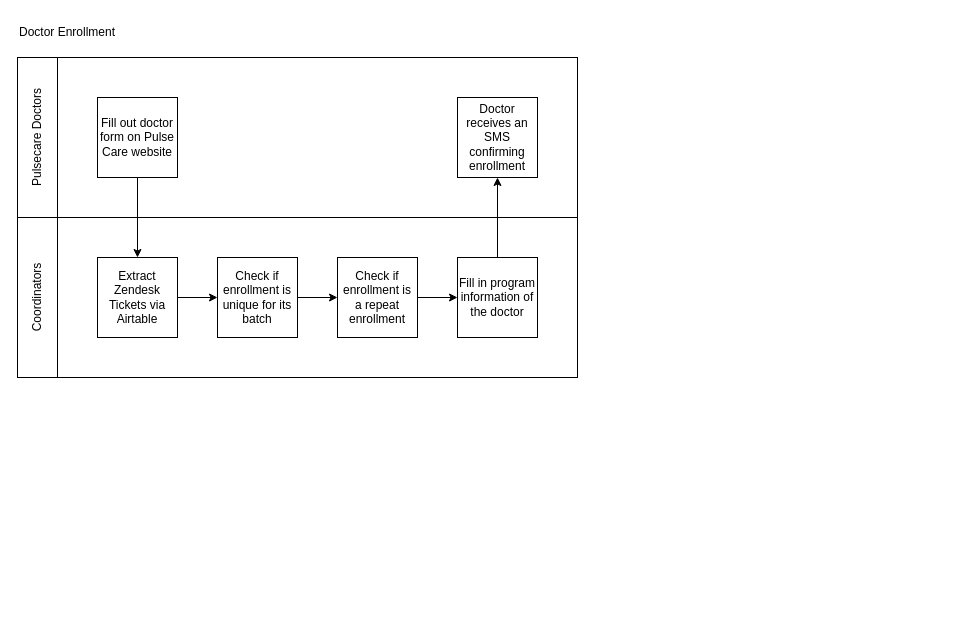
MedGrocer/diagrams keeps this draw.io diagram as page "Data Flow Diagram" (2 of 2) of Patient Programs/NS Pulse Care/Doctor Enrollment.dio. Above is the earlier version. Source tidied: cells renumbered, new cells numbered last; positions are measured from the earlier drawing's top-left corner, leaving out a move shared by most shapes. Both pictures are drawn from the tidied source at 100%, with x=0, y=0 at pixel (-43, 17).
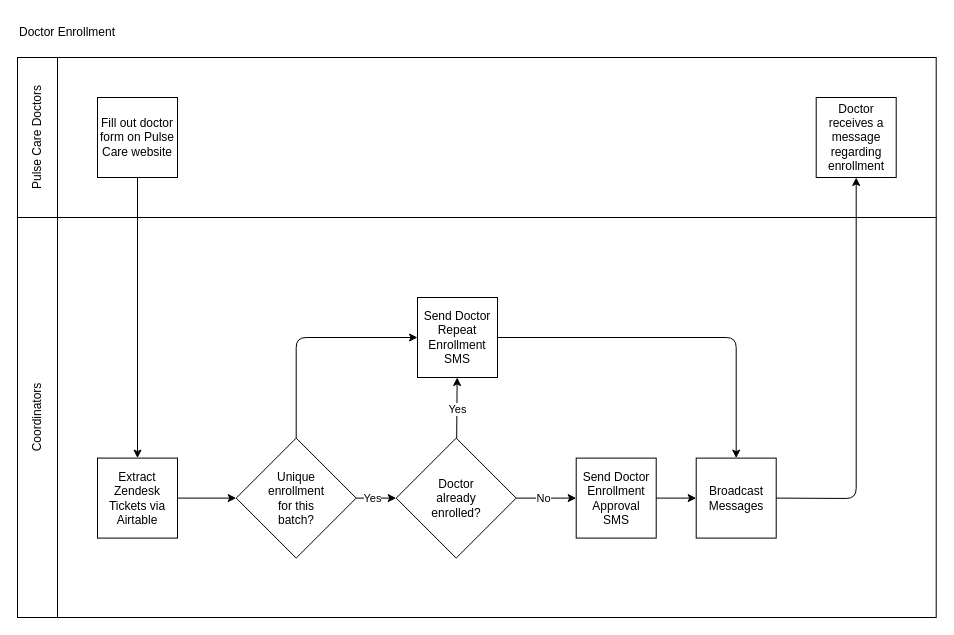
After the change.

Unchanged cells that the change refers to:
```xml
<mxCell id="8" value="Fill out doctor form on Pulse Care website" style="rounded=0;whiteSpace=wrap;html=1;fillColor=none;" parent="1" vertex="1">
  <mxGeometry x="140" y="80" width="80" height="80" as="geometry" />
</mxCell>
```

Change to the diagram source:
```diff
@@
-    <mxCell id="2" style="rounded=0;whiteSpace=wrap;html=1;fillColor=none;" parent="1" vertex="1">
-      <mxGeometry x="100" y="200" width="520" height="160" as="geometry" />
-    </mxCell>
-    <mxCell id="3" style="rounded=0;whiteSpace=wrap;html=1;fillColor=none;" parent="1" vertex="1">
-      <mxGeometry x="100" y="40" width="520" height="160" as="geometry" />
-    </mxCell>
-    <mxCell id="4" value="Pulsecare Doctors" style="rounded=0;whiteSpace=wrap;html=1;fillColor=none;rotation=-90;" parent="1" vertex="1">
-      <mxGeometry y="100" width="160" height="40" as="geometry" />
-    </mxCell>
-    <mxCell id="5" value="Coordinators" style="rounded=0;whiteSpace=wrap;html=1;fillColor=none;rotation=-90;" parent="1" vertex="1">
-      <mxGeometry y="260" width="160" height="40" as="geometry" />
-    </mxCell>
@@
+    <mxCell id="18" style="rounded=0;whiteSpace=wrap;html=1;fillColor=none;" parent="1" vertex="1">
+      <mxGeometry x="100" y="200" width="878.7" height="400" as="geometry" />
+    </mxCell>
+    <mxCell id="19" style="rounded=0;whiteSpace=wrap;html=1;fillColor=none;" parent="1" vertex="1">
+      <mxGeometry x="100" y="40" width="878.7" height="160" as="geometry" />
+    </mxCell>
+    <mxCell id="20" value="Pulse Care Doctors" style="rounded=0;whiteSpace=wrap;html=1;fillColor=none;rotation=-90;" parent="1" vertex="1">
+      <mxGeometry y="100" width="160" height="40" as="geometry" />
+    </mxCell>
-    <mxCell id="7" style="edgeStyle=none;html=1;exitX=0.5;exitY=1;exitDx=0;exitDy=0;entryX=0.5;entryY=0;entryDx=0;entryDy=0;" parent="1" edge="1" source="8" target="10">
+    <mxCell id="7" style="edgeStyle=none;html=1;entryX=0.5;entryY=0;entryDx=0;entryDy=0;" parent="1" edge="1" source="8" target="10">
       <mxGeometry relative="1" as="geometry" />
     </mxCell>
@@
-    <mxCell id="9" style="edgeStyle=none;html=1;entryX=0;entryY=0.5;entryDx=0;entryDy=0;" parent="1" edge="1" source="10" target="12">
-      <mxGeometry relative="1" as="geometry" />
-    </mxCell>
+    <mxCell id="21" style="edgeStyle=none;html=1;exitX=0.5;exitY=0;exitDx=0;exitDy=0;entryX=0;entryY=0.5;entryDx=0;entryDy=0;" parent="1" edge="1" source="24" target="27">
+      <mxGeometry relative="1" as="geometry">
+        <Array as="points">
+          <mxPoint x="338.7" y="320" />
+        </Array>
+      </mxGeometry>
+    </mxCell>
+    <mxCell id="22" style="edgeStyle=none;html=1;exitX=1;exitY=0.5;exitDx=0;exitDy=0;entryX=0;entryY=0.5;entryDx=0;entryDy=0;" parent="1" edge="1" source="24" target="32">
+      <mxGeometry relative="1" as="geometry" />
+    </mxCell>
+    <mxCell id="23" value="Yes" style="edgeLabel;html=1;align=center;verticalAlign=middle;" parent="22" vertex="1">
+      <mxGeometry x="-0.2" relative="1" as="geometry" />
+    </mxCell>
+    <mxCell id="24" value="Unique&lt;br&gt;enrollment&lt;br&gt;for this&lt;br&gt;batch?" style="rhombus;whiteSpace=wrap;html=1;" parent="1" vertex="1">
+      <mxGeometry x="278.7" y="420.6" width="120" height="120" as="geometry" />
+    </mxCell>
+    <mxCell id="25" style="edgeStyle=none;html=1;" parent="1" edge="1" source="10" target="24">
+      <mxGeometry relative="1" as="geometry" />
+    </mxCell>
     <mxCell id="10" value="Extract Zendesk Tickets via Airtable" style="rounded=0;whiteSpace=wrap;html=1;fillColor=none;" parent="1" vertex="1">
-      <mxGeometry x="140" y="240" width="80" height="80" as="geometry" />
+      <mxGeometry x="140" y="440.6" width="80" height="80" as="geometry" />
     </mxCell>
-    <mxCell id="11" style="edgeStyle=none;html=1;entryX=0;entryY=0.5;entryDx=0;entryDy=0;" parent="1" edge="1" source="12" target="14">
-      <mxGeometry relative="1" as="geometry" />
-    </mxCell>
-    <mxCell id="12" value="Check if enrollment is unique for its batch" style="rounded=0;whiteSpace=wrap;html=1;fillColor=none;" parent="1" vertex="1">
-      <mxGeometry x="260" y="240" width="80" height="80" as="geometry" />
-    </mxCell>
-    <mxCell id="13" style="edgeStyle=none;html=1;entryX=0;entryY=0.5;entryDx=0;entryDy=0;" parent="1" edge="1" source="14" target="16">
-      <mxGeometry relative="1" as="geometry" />
-    </mxCell>
-    <mxCell id="14" value="Check if enrollment is a repeat enrollment" style="rounded=0;whiteSpace=wrap;html=1;fillColor=none;" parent="1" vertex="1">
-      <mxGeometry x="380" y="240" width="80" height="80" as="geometry" />
-    </mxCell>
-    <mxCell id="15" style="edgeStyle=none;html=1;entryX=0.5;entryY=1;entryDx=0;entryDy=0;" parent="1" edge="1" source="16" target="17">
-      <mxGeometry relative="1" as="geometry" />
-    </mxCell>
-    <mxCell id="16" value="Fill in program information of the doctor" style="rounded=0;whiteSpace=wrap;html=1;fillColor=none;" parent="1" vertex="1">
-      <mxGeometry x="500" y="240" width="80" height="80" as="geometry" />
-    </mxCell>
-    <mxCell id="17" value="Doctor receives an SMS confirming enrollment" style="rounded=0;whiteSpace=wrap;html=1;fillColor=none;" parent="1" vertex="1">
-      <mxGeometry x="500" y="80" width="80" height="80" as="geometry" />
-    </mxCell>
+    <mxCell id="26" style="edgeStyle=none;html=1;exitX=1;exitY=0.5;exitDx=0;exitDy=0;entryX=0.5;entryY=0;entryDx=0;entryDy=0;" parent="1" edge="1" source="27" target="36">
+      <mxGeometry relative="1" as="geometry">
+        <Array as="points">
+          <mxPoint x="778.7" y="320" />
+        </Array>
+      </mxGeometry>
+    </mxCell>
+    <mxCell id="27" value="Send Doctor Repeat Enrollment SMS" style="rounded=0;whiteSpace=wrap;html=1;fillColor=none;" parent="1" vertex="1">
+      <mxGeometry x="460" y="280" width="80" height="80" as="geometry" />
+    </mxCell>
+    <mxCell id="28" style="edgeStyle=none;html=1;" parent="1" edge="1" source="32" target="27">
+      <mxGeometry relative="1" as="geometry" />
+    </mxCell>
+    <mxCell id="29" value="Yes" style="edgeLabel;html=1;align=center;verticalAlign=middle;" parent="28" vertex="1">
+      <mxGeometry x="-0.02" relative="1" as="geometry" />
+    </mxCell>
+    <mxCell id="30" style="edgeStyle=none;html=1;exitX=1;exitY=0.5;exitDx=0;exitDy=0;entryX=0;entryY=0.5;entryDx=0;entryDy=0;" parent="1" edge="1" source="32" target="34">
+      <mxGeometry relative="1" as="geometry" />
+    </mxCell>
+    <mxCell id="31" value="No" style="edgeLabel;html=1;align=center;verticalAlign=middle;" parent="30" vertex="1">
+      <mxGeometry x="-0.1" relative="1" as="geometry" />
+    </mxCell>
+    <mxCell id="32" value="Doctor&lt;br&gt;already&lt;br&gt;enrolled?" style="rhombus;whiteSpace=wrap;html=1;" parent="1" vertex="1">
+      <mxGeometry x="438.7" y="420.6" width="120" height="120" as="geometry" />
+    </mxCell>
+    <mxCell id="33" style="edgeStyle=none;html=1;exitX=1;exitY=0.5;exitDx=0;exitDy=0;" parent="1" edge="1" source="34" target="36">
+      <mxGeometry relative="1" as="geometry" />
+    </mxCell>
+    <mxCell id="34" value="Send Doctor Enrollment Approval&lt;br&gt;SMS" style="rounded=0;whiteSpace=wrap;html=1;fillColor=none;" parent="1" vertex="1">
+      <mxGeometry x="618.7" y="440.6" width="80" height="80" as="geometry" />
+    </mxCell>
+    <mxCell id="35" style="edgeStyle=none;html=1;exitX=1;exitY=0.5;exitDx=0;exitDy=0;entryX=0.5;entryY=1;entryDx=0;entryDy=0;" parent="1" edge="1" source="36" target="37">
+      <mxGeometry relative="1" as="geometry">
+        <Array as="points">
+          <mxPoint x="898.7" y="481" />
+        </Array>
+      </mxGeometry>
+    </mxCell>
+    <mxCell id="36" value="Broadcast&lt;br&gt;Messages" style="rounded=0;whiteSpace=wrap;html=1;fillColor=none;" parent="1" vertex="1">
+      <mxGeometry x="738.7" y="440.6" width="80" height="80" as="geometry" />
+    </mxCell>
+    <mxCell id="37" value="Doctor receives a message regarding enrollment" style="rounded=0;whiteSpace=wrap;html=1;fillColor=none;" parent="1" vertex="1">
+      <mxGeometry x="858.7" y="80" width="80" height="80" as="geometry" />
+    </mxCell>
+    <mxCell id="5" value="Coordinators" style="rounded=0;whiteSpace=wrap;html=1;fillColor=none;rotation=-90;" parent="1" vertex="1">
+      <mxGeometry x="-120" y="380" width="400" height="40" as="geometry" />
+    </mxCell>
```
